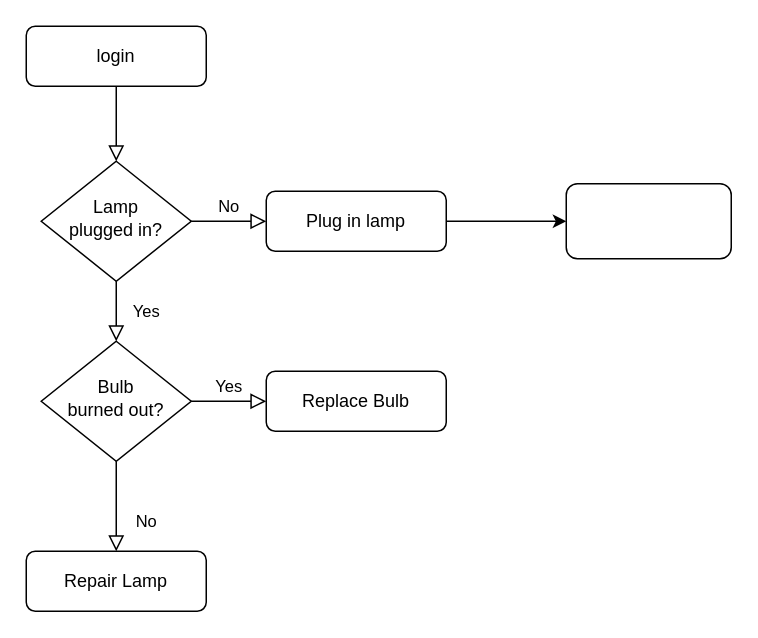
Before: Untitled Diagram.drawio in kangshifu/cola, a draw.io diagram. Source tidied: cells renumbered, new cells numbered last; positions are measured from the earlier drawing's top-left corner, leaving out a move shared by most shapes. Both pictures are drawn from the tidied source at 150%, with x=0, y=0 at pixel (26, 26).
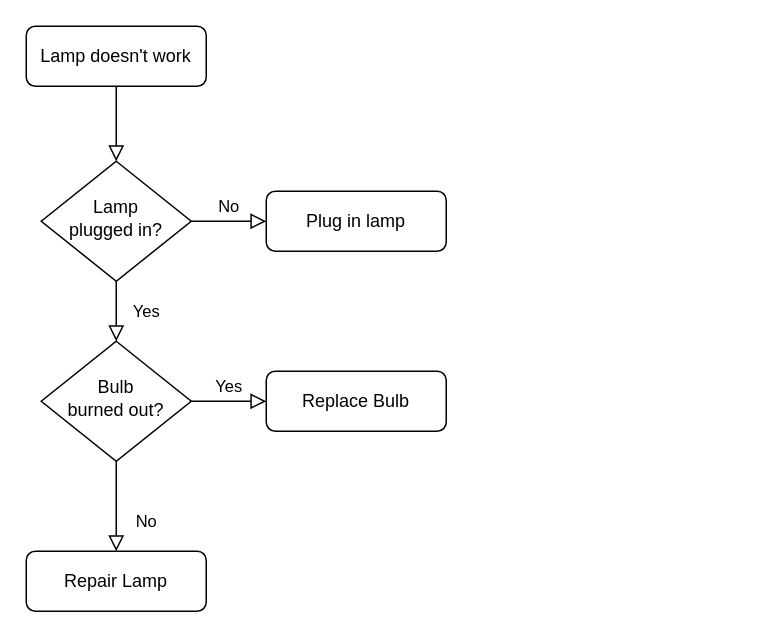
The same page after the edit.

Diff of the diagram source:
```diff
@@
 <mxGraphModel>
   <root>
     <mxCell id="0" />
     <mxCell id="1" parent="0" />
     <mxCell id="2" style="rounded=0;html=1;jettySize=auto;fontSize=11;endArrow=block;endFill=0;endSize=8;strokeWidth=1;shadow=0;labelBackgroundColor=none;edgeStyle=orthogonalEdgeStyle;" parent="1" edge="1" source="3" target="6">
       <mxGeometry relative="1" as="geometry" />
     </mxCell>
-    <mxCell id="3" value="login" style="rounded=1;whiteSpace=wrap;html=1;fontSize=12;glass=0;strokeWidth=1;shadow=0;" parent="1" vertex="1">
+    <mxCell id="3" value="Lamp doesn't work" style="rounded=1;whiteSpace=wrap;html=1;fontSize=12;glass=0;strokeWidth=1;shadow=0;" parent="1" vertex="1">
       <mxGeometry width="120" height="40" as="geometry" />
     </mxCell>
     <mxCell id="4" value="Yes" style="rounded=0;html=1;jettySize=auto;fontSize=11;endArrow=block;endFill=0;endSize=8;strokeWidth=1;shadow=0;labelBackgroundColor=none;edgeStyle=orthogonalEdgeStyle;" parent="1" edge="1" source="6" target="11">
       <mxGeometry y="20" relative="1" as="geometry" />
     </mxCell>
     <mxCell id="5" value="No" style="edgeStyle=orthogonalEdgeStyle;rounded=0;html=1;jettySize=auto;fontSize=11;endArrow=block;endFill=0;endSize=8;strokeWidth=1;shadow=0;labelBackgroundColor=none;" parent="1" edge="1" source="6" target="8">
       <mxGeometry y="10" relative="1" as="geometry" />
     </mxCell>
     <mxCell id="6" value="Lamp&lt;br&gt;plugged in?" style="rhombus;whiteSpace=wrap;html=1;shadow=0;fontFamily=Helvetica;fontSize=12;align=center;strokeWidth=1;spacing=6;spacingTop=-4;" parent="1" vertex="1">
       <mxGeometry x="10" y="90" width="100" height="80" as="geometry" />
     </mxCell>
-    <mxCell id="7" style="edgeStyle=orthogonalEdgeStyle;rounded=0;jettySize=auto;html=1;" parent="1" edge="1" source="8">
-      <mxGeometry relative="1" as="geometry">
-        <mxPoint x="360" y="130" as="targetPoint" />
-      </mxGeometry>
-    </mxCell>
     <mxCell id="8" value="Plug in lamp" style="rounded=1;whiteSpace=wrap;html=1;fontSize=12;glass=0;strokeWidth=1;shadow=0;" parent="1" vertex="1">
       <mxGeometry x="160" y="110" width="120" height="40" as="geometry" />
     </mxCell>
     <mxCell id="9" value="No" style="rounded=0;html=1;jettySize=auto;fontSize=11;endArrow=block;endFill=0;endSize=8;strokeWidth=1;shadow=0;labelBackgroundColor=none;edgeStyle=orthogonalEdgeStyle;" parent="1" edge="1" source="11" target="12">
       <mxGeometry x="0.33" y="20" relative="1" as="geometry" />
     </mxCell>
     <mxCell id="10" value="Yes" style="edgeStyle=orthogonalEdgeStyle;rounded=0;html=1;jettySize=auto;fontSize=11;endArrow=block;endFill=0;endSize=8;strokeWidth=1;shadow=0;labelBackgroundColor=none;" parent="1" edge="1" source="11" target="13">
       <mxGeometry y="10" relative="1" as="geometry" />
     </mxCell>
     <mxCell id="11" value="Bulb&lt;br&gt;burned out?" style="rhombus;whiteSpace=wrap;html=1;shadow=0;fontFamily=Helvetica;fontSize=12;align=center;strokeWidth=1;spacing=6;spacingTop=-4;" parent="1" vertex="1">
       <mxGeometry x="10" y="210" width="100" height="80" as="geometry" />
     </mxCell>
     <mxCell id="12" value="Repair Lamp" style="rounded=1;whiteSpace=wrap;html=1;fontSize=12;glass=0;strokeWidth=1;shadow=0;" parent="1" vertex="1">
       <mxGeometry y="350" width="120" height="40" as="geometry" />
     </mxCell>
     <mxCell id="13" value="Replace Bulb" style="rounded=1;whiteSpace=wrap;html=1;fontSize=12;glass=0;strokeWidth=1;shadow=0;" parent="1" vertex="1">
       <mxGeometry x="160" y="230" width="120" height="40" as="geometry" />
     </mxCell>
-    <mxCell id="14" style="rounded=1;whiteSpace=wrap;html=1;" parent="1" vertex="1">
-      <mxGeometry x="360" y="105" width="110" height="50" as="geometry" />
-    </mxCell>
   </root>
 </mxGraphModel>
```
